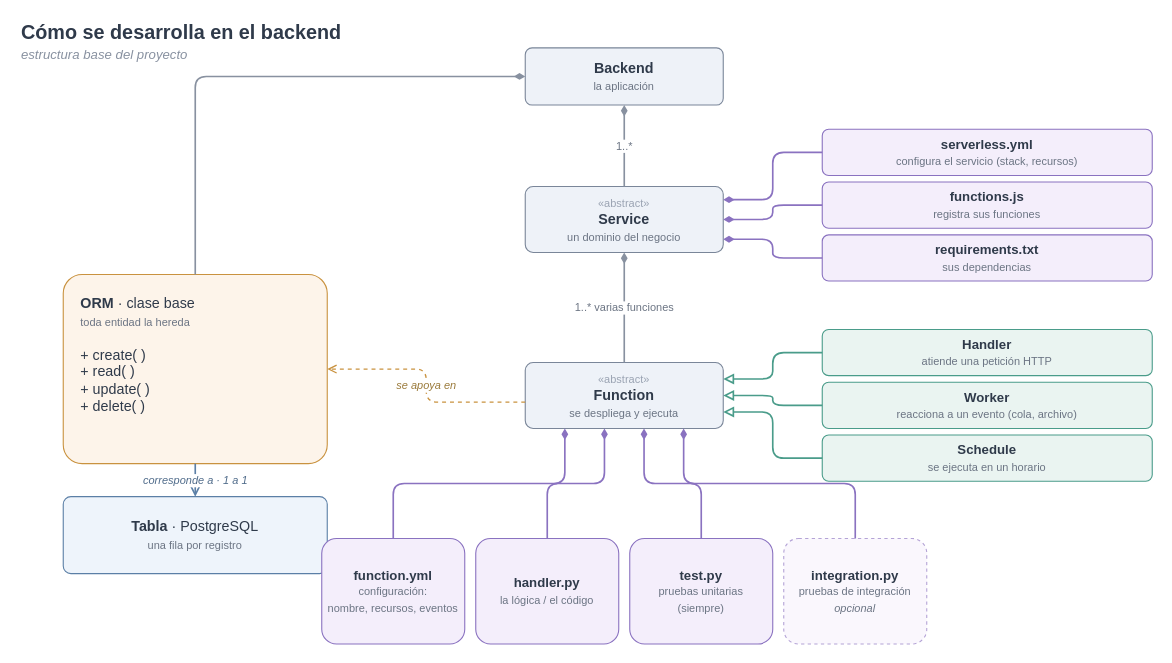
Earlier version of the draw.io diagram docs/arquitectura-desarrollo.drawio (salo368/Software-Inge-backend). Source tidied: cells renumbered, new cells numbered last; positions are measured from the earlier drawing's top-left corner, leaving out a move shared by most shapes. Both pictures are drawn from the tidied source at 110%, with x=0, y=0 at pixel (19, 19).
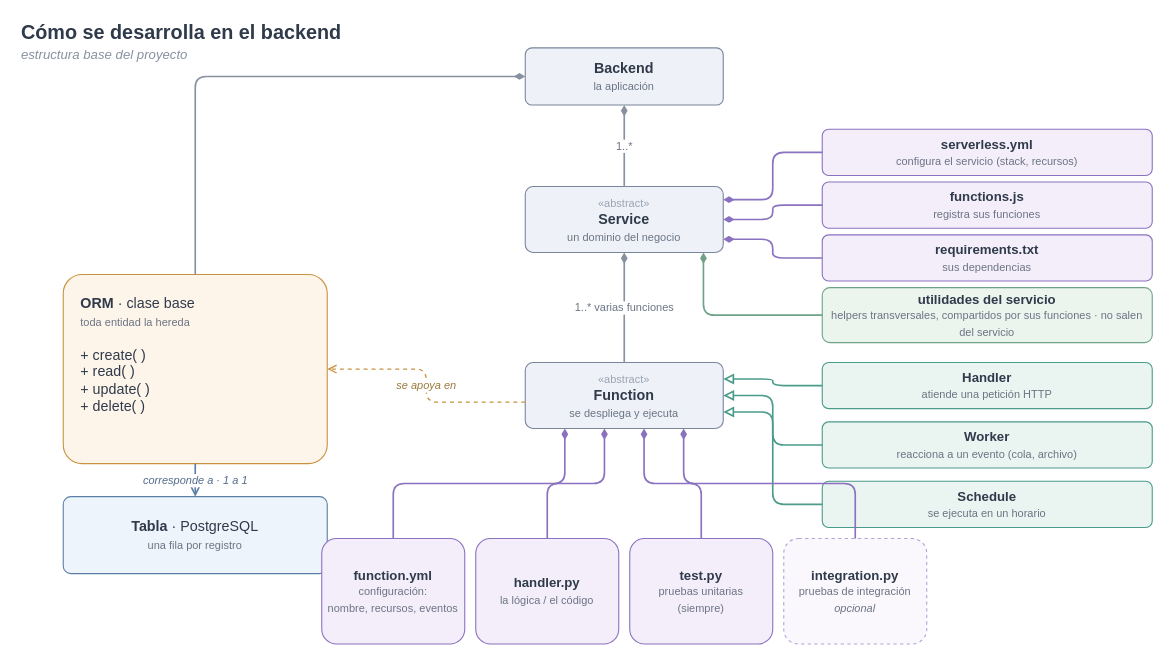
After the change.

Commit message:
docs: add service-level utilities to the diagram

Show per-service utilities as a component of Service: transversal helpers
shared by its functions and scoped to the service.

Claude-Session: https://claude.ai/code/session_01N8H6rtRj8trqSijCoNjMHm

The change refers to these unchanged cells:
```xml
<mxCell id="7" value="&lt;span style='font-size:10px;color:#9aa3b2'&gt;«abstract»&lt;/span&gt;&lt;br&gt;&lt;b&gt;Service&lt;/b&gt;&lt;br&gt;&lt;span style='font-size:10px;color:#6b7483'&gt;un dominio del negocio&lt;/span&gt;" style="rounded=1;arcSize=12;whiteSpace=wrap;html=1;fillColor=#eef2f8;strokeColor=#7a8699;fontColor=#2f3a4a;fontSize=13;verticalAlign=middle;" parent="1" vertex="1">
  <mxGeometry x="460" y="152" width="180" height="60" as="geometry" />
</mxCell>
```

Change to the diagram source:
```diff
@@
+    <mxCell id="34" value="&lt;b&gt;utilidades del servicio&lt;/b&gt;&lt;br&gt;&lt;span style='font-size:10px;color:#6b7483'&gt;helpers transversales, compartidos por sus funciones · no salen del servicio&lt;/span&gt;" style="rounded=1;arcSize=14;whiteSpace=wrap;html=1;fillColor=#ecf4ee;strokeColor=#6fa387;fontColor=#2f3a4a;fontSize=12;verticalAlign=middle;" parent="1" vertex="1">
+      <mxGeometry x="730" y="244" width="300" height="50" as="geometry" />
+    </mxCell>
@@
     <mxCell id="12" value="&lt;b&gt;Handler&lt;/b&gt;&lt;br&gt;&lt;span style='font-size:10px;color:#6b7483'&gt;atiende una petición HTTP&lt;/span&gt;" style="rounded=1;arcSize=14;whiteSpace=wrap;html=1;fillColor=#eaf4f1;strokeColor=#4a9c8a;fontColor=#2f3a4a;fontSize=12;verticalAlign=middle;" parent="1" vertex="1">
-      <mxGeometry x="730" y="282" width="300" height="42" as="geometry" />
+      <mxGeometry x="730" y="312" width="300" height="42" as="geometry" />
     </mxCell>
     <mxCell id="13" value="&lt;b&gt;Worker&lt;/b&gt;&lt;br&gt;&lt;span style='font-size:10px;color:#6b7483'&gt;reacciona a un evento (cola, archivo)&lt;/span&gt;" style="rounded=1;arcSize=14;whiteSpace=wrap;html=1;fillColor=#eaf4f1;strokeColor=#4a9c8a;fontColor=#2f3a4a;fontSize=12;verticalAlign=middle;" parent="1" vertex="1">
-      <mxGeometry x="730" y="330" width="300" height="42" as="geometry" />
+      <mxGeometry x="730" y="366" width="300" height="42" as="geometry" />
     </mxCell>
     <mxCell id="14" value="&lt;b&gt;Schedule&lt;/b&gt;&lt;br&gt;&lt;span style='font-size:10px;color:#6b7483'&gt;se ejecuta en un horario&lt;/span&gt;" style="rounded=1;arcSize=14;whiteSpace=wrap;html=1;fillColor=#eaf4f1;strokeColor=#4a9c8a;fontColor=#2f3a4a;fontSize=12;verticalAlign=middle;" parent="1" vertex="1">
-      <mxGeometry x="730" y="378" width="300" height="42" as="geometry" />
+      <mxGeometry x="730" y="420" width="300" height="42" as="geometry" />
     </mxCell>
@@
+    <mxCell id="35" style="edgeStyle=orthogonalEdgeStyle;rounded=1;html=1;startArrow=diamondThin;startFill=1;endArrow=none;strokeColor=#6fa387;strokeWidth=1.5;exitX=0.9;exitY=1;entryX=0;entryY=0.5;" parent="1" edge="1" source="7" target="34">
+      <mxGeometry relative="1" as="geometry" />
+    </mxCell>
```
